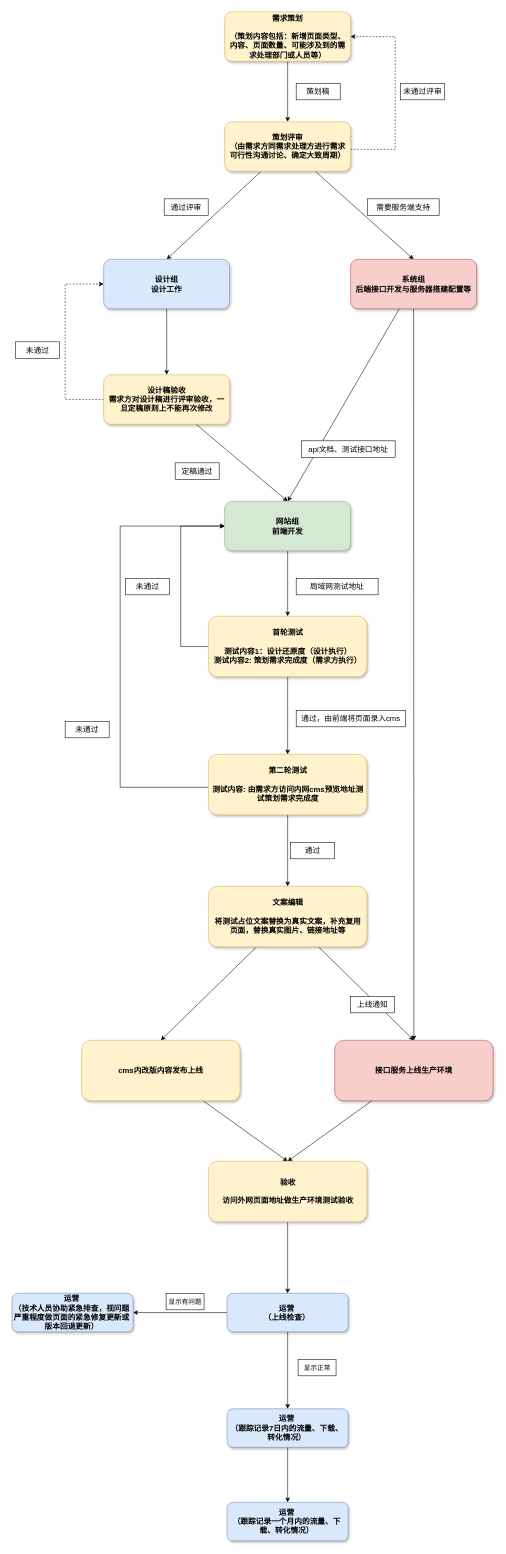
Above: page "网站新增页面需求" (7 of 8) of Untitled Diagram.drawio in wxlxxx/draw.io (draw.io), before the change. Source tidied: cells renumbered, new cells numbered last; positions are measured from the earlier drawing's top-left corner, leaving out a move shared by most shapes. Both pictures are drawn from the tidied source at 55%, with x=0, y=0 at pixel (12, 12).
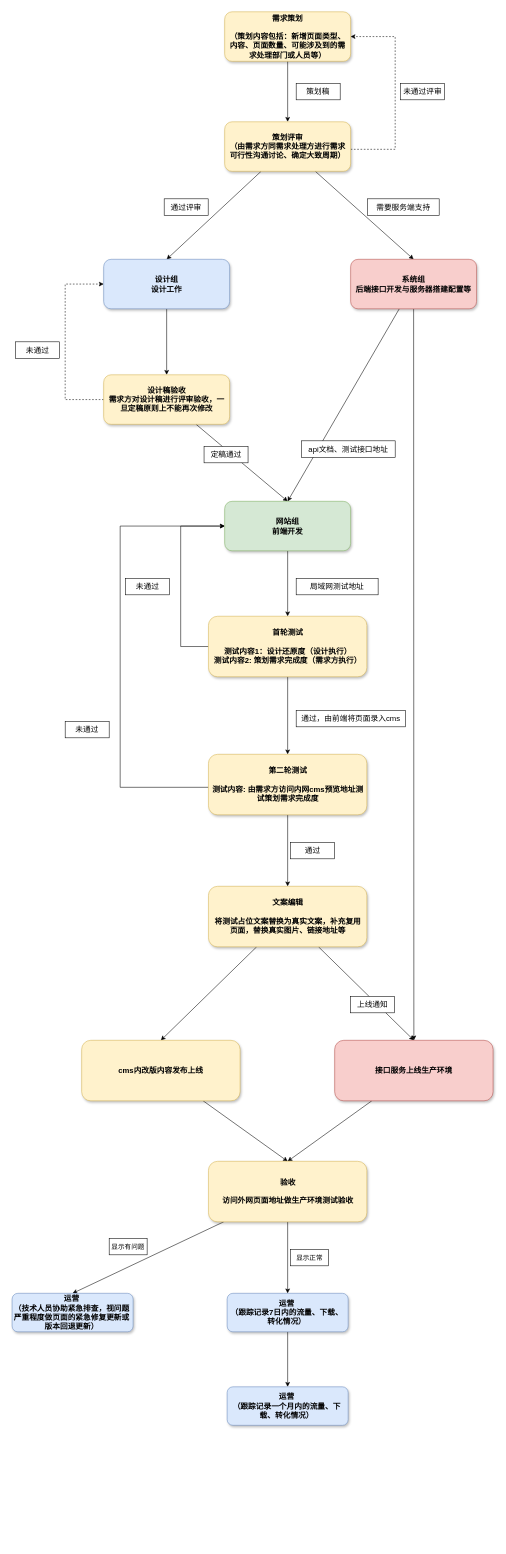
The same page after the edit.

The change refers to these unchanged cells:
```xml
<mxCell id="45" value="验收&#10;&#10;访问外网页面地址做生产环境测试验收" style="rounded=1;shadow=1;fontStyle=1;fontSize=14;whiteSpace=wrap;spacing=9;fillColor=#fff2cc;strokeColor=#d6b656;" parent="1" vertex="1">
  <mxGeometry x="357.5" y="2090" width="288" height="110" as="geometry" />
</mxCell>
<mxCell id="54" value="运营&#10;（技术人员协助紧急排查，视问题严重程度做页面的紧急修复更新或版本回退更新）" style="rounded=1;fillColor=#dae8fc;shadow=1;fontStyle=1;fontSize=14;strokeColor=#6c8ebf;whiteSpace=wrap;spacingRight=4;spacing=2;" parent="1" vertex="1">
  <mxGeometry x="0.5" y="2330" width="220" height="70" as="geometry" />
</mxCell>
```

The edit, as a diff of the source:
```diff
@@
     <mxCell id="19" value="定稿通过" style="rounded=0;whiteSpace=wrap;html=1;glass=0;sketch=0;fontSize=14;align=center;" parent="1" vertex="1">
-      <mxGeometry x="297" y="820" width="80" height="30" as="geometry" />
+      <mxGeometry x="349.5" y="790" width="80" height="30" as="geometry" />
     </mxCell>
@@
-    <mxCell id="44" style="edgeStyle=none;rounded=0;jettySize=auto;html=1;" parent="1" edge="1" source="45" target="48">
+    <mxCell id="44" style="edgeStyle=none;rounded=0;jettySize=auto;html=1;entryX=0.5;entryY=0;entryDx=0;entryDy=0;" parent="1" edge="1" source="45" target="51">
       <mxGeometry relative="1" as="geometry" />
     </mxCell>
+    <mxCell id="55" style="edgeStyle=none;rounded=0;jettySize=auto;html=1;entryX=0.5;entryY=0;entryDx=0;entryDy=0;" parent="1" edge="1" source="45" target="54">
+      <mxGeometry relative="1" as="geometry" />
+    </mxCell>
@@
-    <mxCell id="46" style="edgeStyle=none;rounded=0;jettySize=auto;html=1;entryX=0.5;entryY=0;entryDx=0;entryDy=0;" parent="1" edge="1" source="48" target="51">
-      <mxGeometry relative="1" as="geometry" />
-    </mxCell>
-    <mxCell id="47" style="edgeStyle=none;rounded=0;jettySize=auto;html=1;entryX=1;entryY=0.5;entryDx=0;entryDy=0;" parent="1" edge="1" source="48" target="54">
-      <mxGeometry relative="1" as="geometry" />
-    </mxCell>
-    <mxCell id="48" value="运营&#10;（上线检查）" style="rounded=1;fillColor=#dae8fc;shadow=1;fontStyle=1;fontSize=14;strokeColor=#6c8ebf;whiteSpace=wrap;spacingRight=4;spacing=2;" parent="1" vertex="1">
-      <mxGeometry x="391.5" y="2330" width="220" height="70" as="geometry" />
-    </mxCell>
     <mxCell id="49" value="显示正常" style="rounded=0;whiteSpace=wrap;html=1;" parent="1" vertex="1">
-      <mxGeometry x="520.5" y="2450" width="69" height="30" as="geometry" />
+      <mxGeometry x="507" y="2250" width="69" height="30" as="geometry" />
     </mxCell>
@@
     <mxCell id="51" value="运营&#10;（跟踪记录7日内的流量、下载、转化情况）" style="rounded=1;fillColor=#dae8fc;shadow=1;fontStyle=1;fontSize=14;strokeColor=#6c8ebf;whiteSpace=wrap;spacingRight=4;spacing=2;" parent="1" vertex="1">
-      <mxGeometry x="391.5" y="2540" width="220" height="70" as="geometry" />
+      <mxGeometry x="391.5" y="2330" width="220" height="70" as="geometry" />
     </mxCell>
     <mxCell id="52" value="运营&#10;（跟踪记录一个月内的流量、下载、转化情况）" style="rounded=1;fillColor=#dae8fc;shadow=1;fontStyle=1;fontSize=14;strokeColor=#6c8ebf;whiteSpace=wrap;spacingRight=4;spacing=2;" parent="1" vertex="1">
-      <mxGeometry x="391.5" y="2710" width="220" height="70" as="geometry" />
+      <mxGeometry x="391.5" y="2500" width="220" height="70" as="geometry" />
     </mxCell>
     <mxCell id="53" value="显示有问题" style="rounded=0;whiteSpace=wrap;html=1;" parent="1" vertex="1">
-      <mxGeometry x="280.5" y="2330" width="69" height="30" as="geometry" />
+      <mxGeometry x="177" y="2230" width="69" height="30" as="geometry" />
     </mxCell>
```
